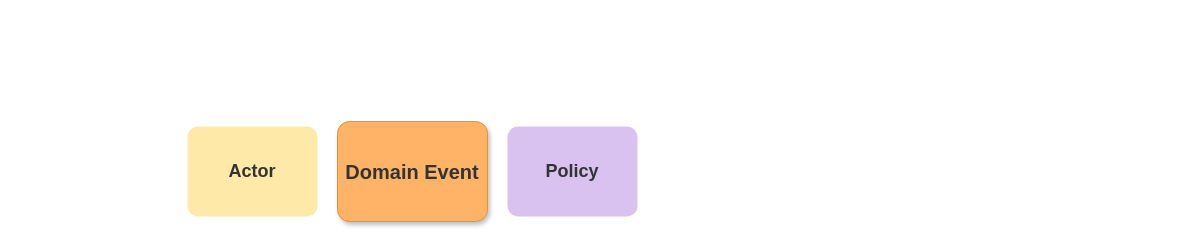
Earlier version of the draw.io diagram library/Diagrama sin título.drawio (alarconrey/demo-diagramas). Source tidied: cells renumbered, new cells numbered last; positions are measured from the earlier drawing's top-left corner, leaving out a move shared by most shapes. Both pictures are drawn from the tidied source at 100%, with x=0, y=0 at pixel (187, 121).
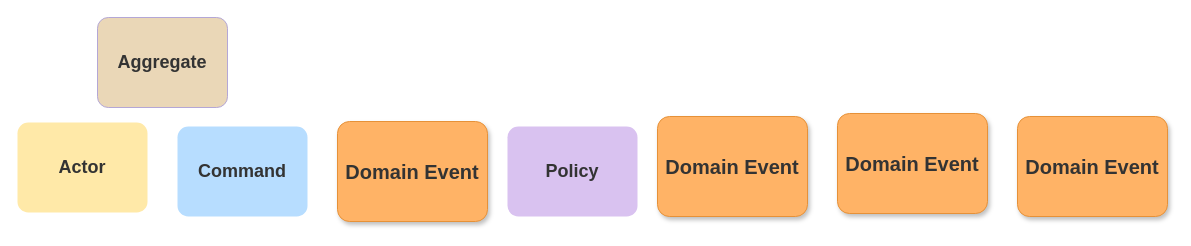
After the change.

The edit, as a diff of the source:
```diff
@@
 <mxGraphModel>
   <root>
     <mxCell id="0" />
     <mxCell id="1" parent="0" />
     <mxCell id="2" value="Actor" style="rounded=1;whiteSpace=wrap;html=1;strokeColor=none;shadow=0;fillColor=#FFE9A8;fontSize=18;fontStyle=1;fontColor=#333333;arcSize=12;" parent="1" vertex="1">
-      <mxGeometry y="5" width="130" height="90" as="geometry" />
+      <mxGeometry x="-170" y="1" width="130" height="90" as="geometry" />
     </mxCell>
     <mxCell id="3" value="Domain Event" style="rounded=1;whiteSpace=wrap;html=1;strokeColor=#E69138;shadow=1;fillColor=#FFB366;fontSize=20;fontStyle=1;fontColor=#333333;arcSize=12;strokeWidth=1;" parent="1" vertex="1">
       <mxGeometry x="150" width="150" height="100" as="geometry" />
     </mxCell>
     <mxCell id="4" value="Policy" style="rounded=1;whiteSpace=wrap;html=1;strokeColor=none;shadow=0;fillColor=#D9C2F0;fontSize=18;fontStyle=1;fontColor=#333333;arcSize=12;" parent="1" vertex="1">
       <mxGeometry x="320" y="5" width="130" height="90" as="geometry" />
     </mxCell>
+    <mxCell id="5" value="Aggregate" style="rounded=1;whiteSpace=wrap;html=1;strokeColor=#B4A7D6;shadow=0;fillColor=#EAD7B7;fontSize=18;fontStyle=1;fontColor=#333333;arcSize=12;strokeWidth=1;" parent="1" vertex="1">
+      <mxGeometry x="-90" y="-104" width="130" height="90" as="geometry" />
+    </mxCell>
+    <mxCell id="6" value="Domain Event" style="rounded=1;whiteSpace=wrap;html=1;strokeColor=#E69138;shadow=1;fillColor=#FFB366;fontSize=20;fontStyle=1;fontColor=#333333;arcSize=12;strokeWidth=1;" parent="1" vertex="1">
+      <mxGeometry x="470" y="-5" width="150" height="100" as="geometry" />
+    </mxCell>
+    <mxCell id="7" value="Domain Event" style="rounded=1;whiteSpace=wrap;html=1;strokeColor=#E69138;shadow=1;fillColor=#FFB366;fontSize=20;fontStyle=1;fontColor=#333333;arcSize=12;strokeWidth=1;" parent="1" vertex="1">
+      <mxGeometry x="650" y="-8" width="150" height="100" as="geometry" />
+    </mxCell>
+    <mxCell id="8" value="Domain Event" style="rounded=1;whiteSpace=wrap;html=1;strokeColor=#E69138;shadow=1;fillColor=#FFB366;fontSize=20;fontStyle=1;fontColor=#333333;arcSize=12;strokeWidth=1;" parent="1" vertex="1">
+      <mxGeometry x="830" y="-5" width="150" height="100" as="geometry" />
+    </mxCell>
+    <mxCell id="9" value="Command" style="rounded=1;whiteSpace=wrap;html=1;strokeColor=none;shadow=0;fillColor=#B7DDFF;fontSize=18;fontStyle=1;fontColor=#333333;arcSize=12;" parent="1" vertex="1">
+      <mxGeometry x="-10" y="5" width="130" height="90" as="geometry" />
+    </mxCell>
   </root>
 </mxGraphModel>
```
